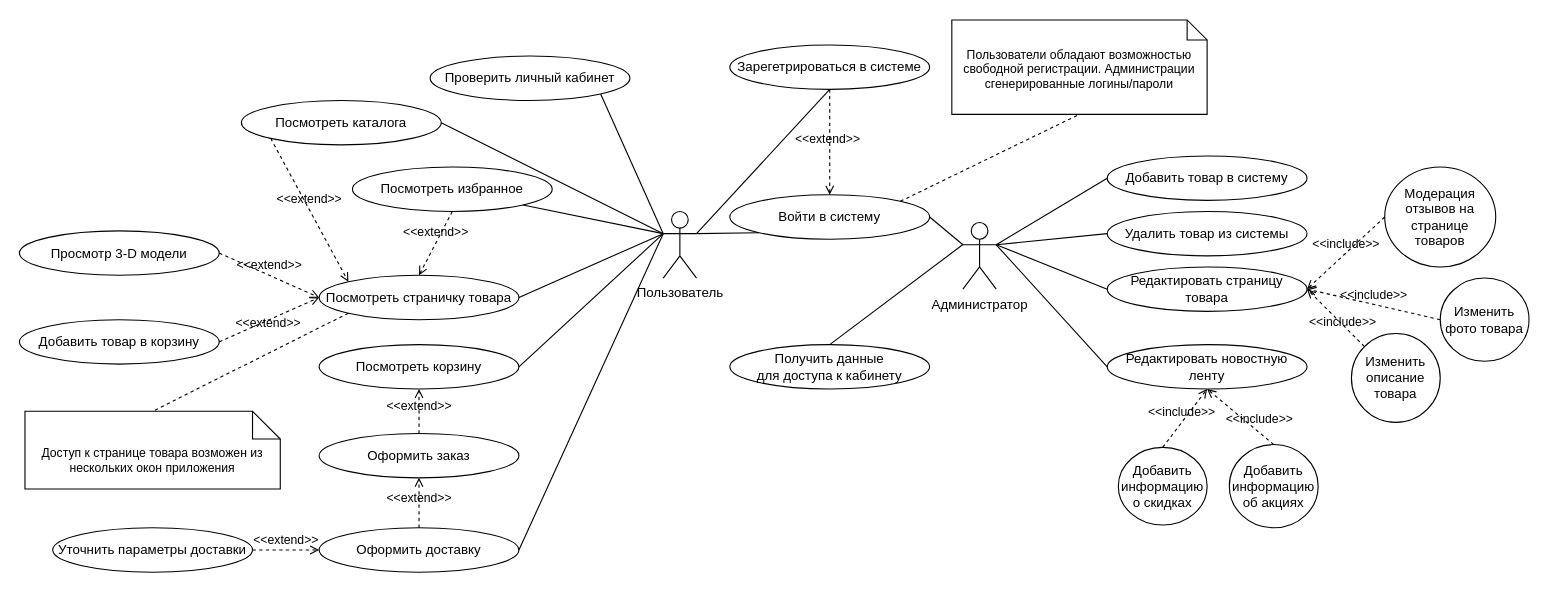
This is page "Тут с коментами" (2 of 5) of Сис. инж. UseCase.drawio from Rattokun/ModelRep, a draw.io file, before an edit. Source tidied: cells renumbered, new cells numbered last; positions are measured from the earlier drawing's top-left corner, leaving out a move shared by most shapes. Both pictures are drawn from the tidied source at 111%, with x=0, y=0 at pixel (19, 20).
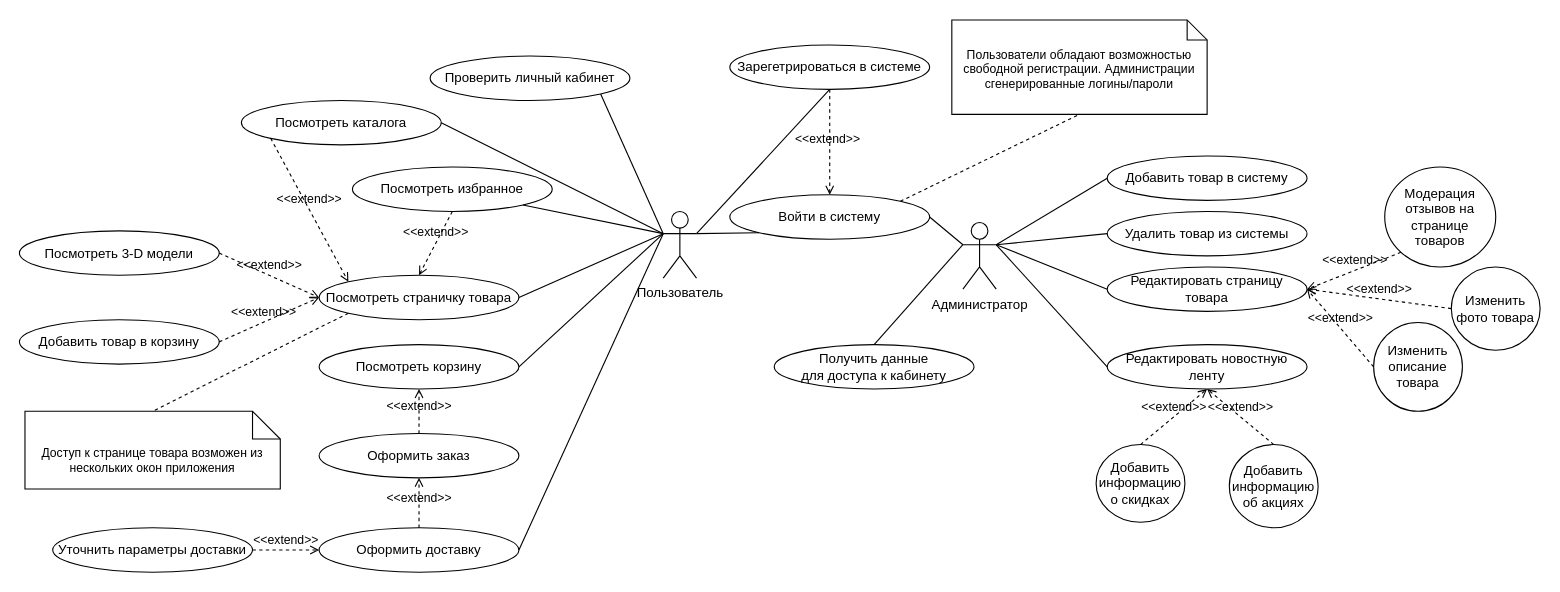
The same diagram, later.

The change refers to these unchanged cells:
```xml
<mxCell id="6" value="Редактировать страницу &lt;br&gt;товара" style="ellipse;whiteSpace=wrap;html=1;" parent="1" vertex="1">
  <mxGeometry x="980" y="222" width="180" height="40" as="geometry" />
</mxCell>
<mxCell id="8" value="Модерация отзывов на странице товаров" style="ellipse;whiteSpace=wrap;html=1;" parent="1" vertex="1">
  <mxGeometry x="1230" y="132" width="100" height="90" as="geometry" />
</mxCell>
<mxCell id="10" value="Добавить товар в корзину" style="ellipse;whiteSpace=wrap;html=1;" parent="1" vertex="1">
  <mxGeometry y="269.5" width="180" height="40" as="geometry" />
</mxCell>
<mxCell id="13" value="Посмотреть страничку товара" style="ellipse;whiteSpace=wrap;html=1;" parent="1" vertex="1">
  <mxGeometry x="270" y="229.5" width="180" height="40" as="geometry" />
</mxCell>
<mxCell id="15" value="Редактировать новостную ленту" style="ellipse;whiteSpace=wrap;html=1;" parent="1" vertex="1">
  <mxGeometry x="980" y="292" width="180" height="40" as="geometry" />
</mxCell>
<mxCell id="27" value="Добавить информацию об акциях" style="ellipse;whiteSpace=wrap;html=1;" parent="1" vertex="1">
  <mxGeometry x="1090" y="382" width="80" height="75" as="geometry" />
</mxCell>
```

What changed in the source:
```diff
@@
     <mxCell id="16" value="Получить данные &lt;br&gt;для доступа к кабинету" style="ellipse;whiteSpace=wrap;html=1;" parent="1" vertex="1">
-      <mxGeometry x="640" y="292" width="180" height="40" as="geometry" />
+      <mxGeometry x="680" y="292" width="180" height="40" as="geometry" />
     </mxCell>
@@
     <mxCell id="26" value="Добавить информацию о скидках" style="ellipse;whiteSpace=wrap;html=1;" parent="1" vertex="1">
-      <mxGeometry x="990" y="384.5" width="80" height="70" as="geometry" />
+      <mxGeometry x="970" y="382" width="80" height="70" as="geometry" />
     </mxCell>
@@
-    <mxCell id="28" value="&amp;lt;&amp;lt;include&amp;gt;&amp;gt;" style="html=1;verticalAlign=bottom;labelBackgroundColor=none;endArrow=open;endFill=0;dashed=1;rounded=0;strokeColor=default;fontFamily=Helvetica;fontSize=11;fontColor=default;shape=connector;exitX=0.5;exitY=0;exitDx=0;exitDy=0;entryX=0.5;entryY=1;entryDx=0;entryDy=0;" parent="1" edge="1" source="26" target="15">
-      <mxGeometry x="-0.14" relative="1" as="geometry" />
-    </mxCell>
-    <mxCell id="29" value="&amp;lt;&amp;lt;include&amp;gt;&amp;gt;" style="html=1;verticalAlign=bottom;labelBackgroundColor=none;endArrow=open;endFill=0;dashed=1;rounded=0;strokeColor=default;fontFamily=Helvetica;fontSize=11;fontColor=default;shape=connector;exitX=0.5;exitY=0;exitDx=0;exitDy=0;entryX=0.5;entryY=1;entryDx=0;entryDy=0;" parent="1" edge="1" source="27" target="15">
-      <mxGeometry x="-0.52" y="-2" relative="1" as="geometry" />
-    </mxCell>
     <mxCell id="30" value="Изменить фото товара" style="ellipse;whiteSpace=wrap;html=1;" parent="1" vertex="1">
-      <mxGeometry x="1280" y="232" width="80" height="75" as="geometry" />
+      <mxGeometry x="1290" y="222" width="80" height="75" as="geometry" />
     </mxCell>
     <mxCell id="31" value="Изменить описание товара" style="ellipse;whiteSpace=wrap;html=1;" parent="1" vertex="1">
-      <mxGeometry x="1200" y="282" width="80" height="80" as="geometry" />
+      <mxGeometry x="1220" y="272" width="80" height="80" as="geometry" />
     </mxCell>
-    <mxCell id="32" value="&amp;lt;&amp;lt;include&amp;gt;&amp;gt;" style="html=1;verticalAlign=bottom;labelBackgroundColor=none;endArrow=open;endFill=0;dashed=1;rounded=0;strokeColor=default;fontFamily=Helvetica;fontSize=11;fontColor=default;shape=connector;exitX=0;exitY=0.5;exitDx=0;exitDy=0;entryX=1;entryY=0.5;entryDx=0;entryDy=0;" parent="1" edge="1" source="8" target="6">
-      <mxGeometry relative="1" as="geometry" />
-    </mxCell>
-    <mxCell id="33" value="&amp;lt;&amp;lt;include&amp;gt;&amp;gt;" style="html=1;verticalAlign=bottom;labelBackgroundColor=none;endArrow=open;endFill=0;dashed=1;rounded=0;strokeColor=default;fontFamily=Helvetica;fontSize=11;fontColor=default;shape=connector;exitX=0;exitY=0.5;exitDx=0;exitDy=0;entryX=1;entryY=0.5;entryDx=0;entryDy=0;" parent="1" edge="1" source="30" target="6">
-      <mxGeometry relative="1" as="geometry" />
-    </mxCell>
-    <mxCell id="34" value="&amp;lt;&amp;lt;include&amp;gt;&amp;gt;" style="html=1;verticalAlign=bottom;labelBackgroundColor=none;endArrow=open;endFill=0;dashed=1;rounded=0;strokeColor=default;fontFamily=Helvetica;fontSize=11;fontColor=default;shape=connector;exitX=0;exitY=0;exitDx=0;exitDy=0;entryX=1;entryY=0.5;entryDx=0;entryDy=0;" parent="1" edge="1" source="31" target="6">
-      <mxGeometry x="-0.37" y="5" relative="1" as="geometry" />
-    </mxCell>
@@
-    <mxCell id="39" value="Просмотр 3-D модели" style="ellipse;whiteSpace=wrap;html=1;" parent="1" vertex="1">
+    <mxCell id="39" value="Посмотреть 3-D модели" style="ellipse;whiteSpace=wrap;html=1;" parent="1" vertex="1">
       <mxGeometry y="189.5" width="180" height="40" as="geometry" />
     </mxCell>
@@
     <mxCell id="44" value="&amp;lt;&amp;lt;extend&amp;gt;&amp;gt;" style="html=1;verticalAlign=bottom;labelBackgroundColor=none;endArrow=open;endFill=0;dashed=1;rounded=0;strokeColor=default;fontFamily=Helvetica;fontSize=11;fontColor=default;shape=connector;exitX=1;exitY=0.5;exitDx=0;exitDy=0;entryX=0;entryY=0.5;entryDx=0;entryDy=0;" parent="1" edge="1" source="10" target="13">
-      <mxGeometry x="-0.12" y="-11" relative="1" as="geometry" />
+      <mxGeometry x="-0.11" relative="1" as="geometry" />
     </mxCell>
@@
+    <mxCell id="32" value="&amp;lt;&amp;lt;extend&amp;gt;&amp;gt;" style="html=1;verticalAlign=bottom;labelBackgroundColor=none;endArrow=open;endFill=0;dashed=1;rounded=0;strokeColor=default;fontFamily=Helvetica;fontSize=11;fontColor=default;shape=connector;entryX=1;entryY=0.5;entryDx=0;entryDy=0;exitX=0;exitY=1;exitDx=0;exitDy=0;" parent="1" edge="1" source="8" target="6">
+      <mxGeometry relative="1" as="geometry" />
+    </mxCell>
+    <mxCell id="34" value="&amp;lt;&amp;lt;extend&amp;gt;&amp;gt;" style="html=1;verticalAlign=bottom;labelBackgroundColor=none;endArrow=open;endFill=0;dashed=1;rounded=0;strokeColor=default;fontFamily=Helvetica;fontSize=11;fontColor=default;shape=connector;exitX=0;exitY=0.5;exitDx=0;exitDy=0;entryX=1;entryY=0.5;entryDx=0;entryDy=0;" parent="1" edge="1" source="31" target="6">
+      <mxGeometry relative="1" as="geometry" />
+    </mxCell>
+    <mxCell id="33" value="&amp;lt;&amp;lt;extend&amp;gt;&amp;gt;" style="html=1;verticalAlign=bottom;labelBackgroundColor=none;endArrow=open;endFill=0;dashed=1;rounded=0;strokeColor=default;fontFamily=Helvetica;fontSize=11;fontColor=default;shape=connector;entryX=1;entryY=0.5;entryDx=0;entryDy=0;exitX=0;exitY=0.5;exitDx=0;exitDy=0;" parent="1" edge="1" source="30" target="6">
+      <mxGeometry relative="1" as="geometry" />
+    </mxCell>
+    <mxCell id="29" value="&amp;lt;&amp;lt;extend&amp;gt;&amp;gt;" style="html=1;verticalAlign=bottom;labelBackgroundColor=none;endArrow=open;endFill=0;dashed=1;rounded=0;strokeColor=default;fontFamily=Helvetica;fontSize=11;fontColor=default;shape=connector;entryX=0.5;entryY=1;entryDx=0;entryDy=0;exitX=0.5;exitY=0;exitDx=0;exitDy=0;" parent="1" edge="1" source="27" target="15">
+      <mxGeometry relative="1" as="geometry" />
+    </mxCell>
+    <mxCell id="57" value="&amp;lt;&amp;lt;extend&amp;gt;&amp;gt;" style="html=1;verticalAlign=bottom;labelBackgroundColor=none;endArrow=open;endFill=0;dashed=1;rounded=0;strokeColor=default;fontFamily=Helvetica;fontSize=11;fontColor=default;shape=connector;exitX=0.5;exitY=0;exitDx=0;exitDy=0;" parent="1" edge="1" source="26">
+      <mxGeometry relative="1" as="geometry">
+        <mxPoint x="1070" y="332" as="targetPoint" />
+      </mxGeometry>
+    </mxCell>
```
